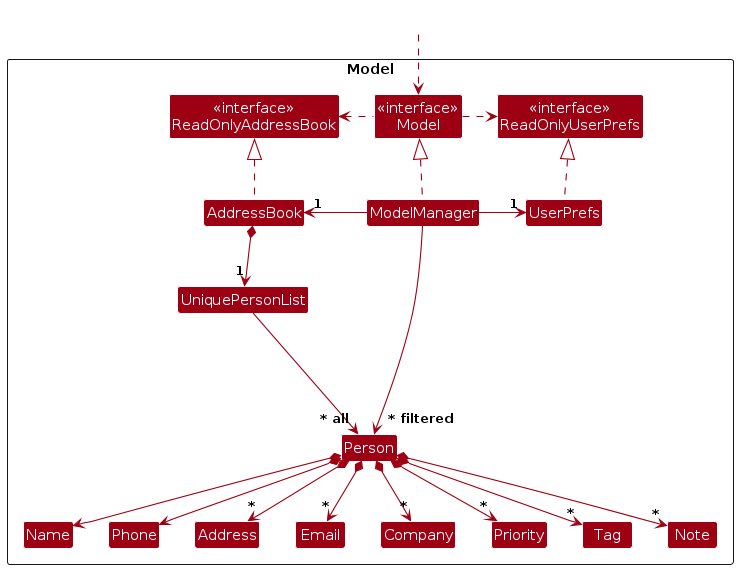
Earlier version of the PlantUML export diagrams/ModelClassDiagram.png (AY2324S2-CS2103T-F14-4/tp). Its source is kept beside it as diagrams/ModelClassDiagram.puml.
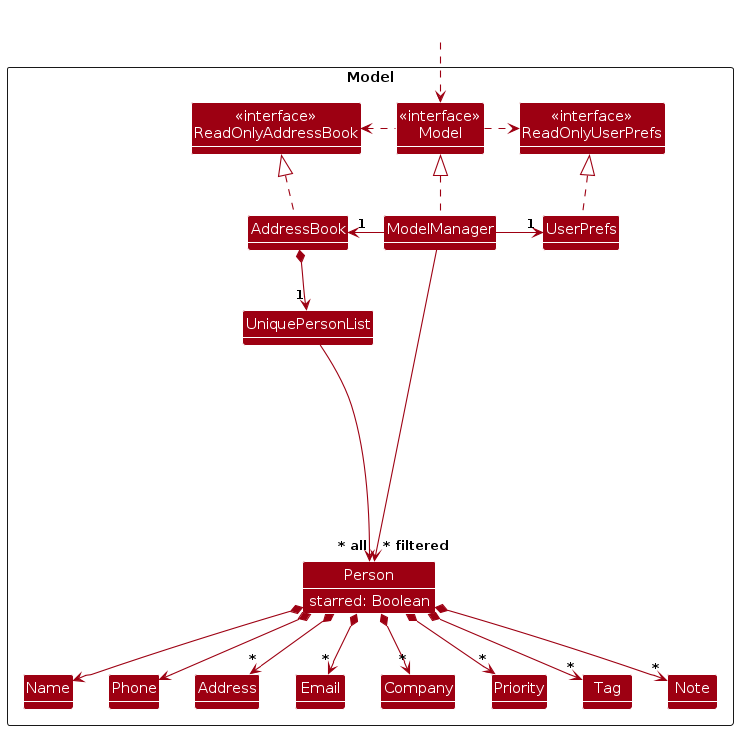
The same file after the commit.

Diff of the diagram source:
```diff
@@ -39,7 +39,7 @@
 UserPrefs .up.|> ReadOnlyUserPrefs
 
 AddressBook *--> "1" UniquePersonList
-UniquePersonList --> "~* all" Person
+UniquePersonList ----> "~* all" Person
 Person *--> Name
 Person *--> Phone
 Person *--> "*" Email
@@ -48,6 +48,7 @@
 Person *--> "*" Priority
 Person *--> "*" Tag
 Person *--> "*" Note
+Person : starred: Boolean
 
 Person -[hidden]up--> I
 UniquePersonList -[hidden]right-> I
```
